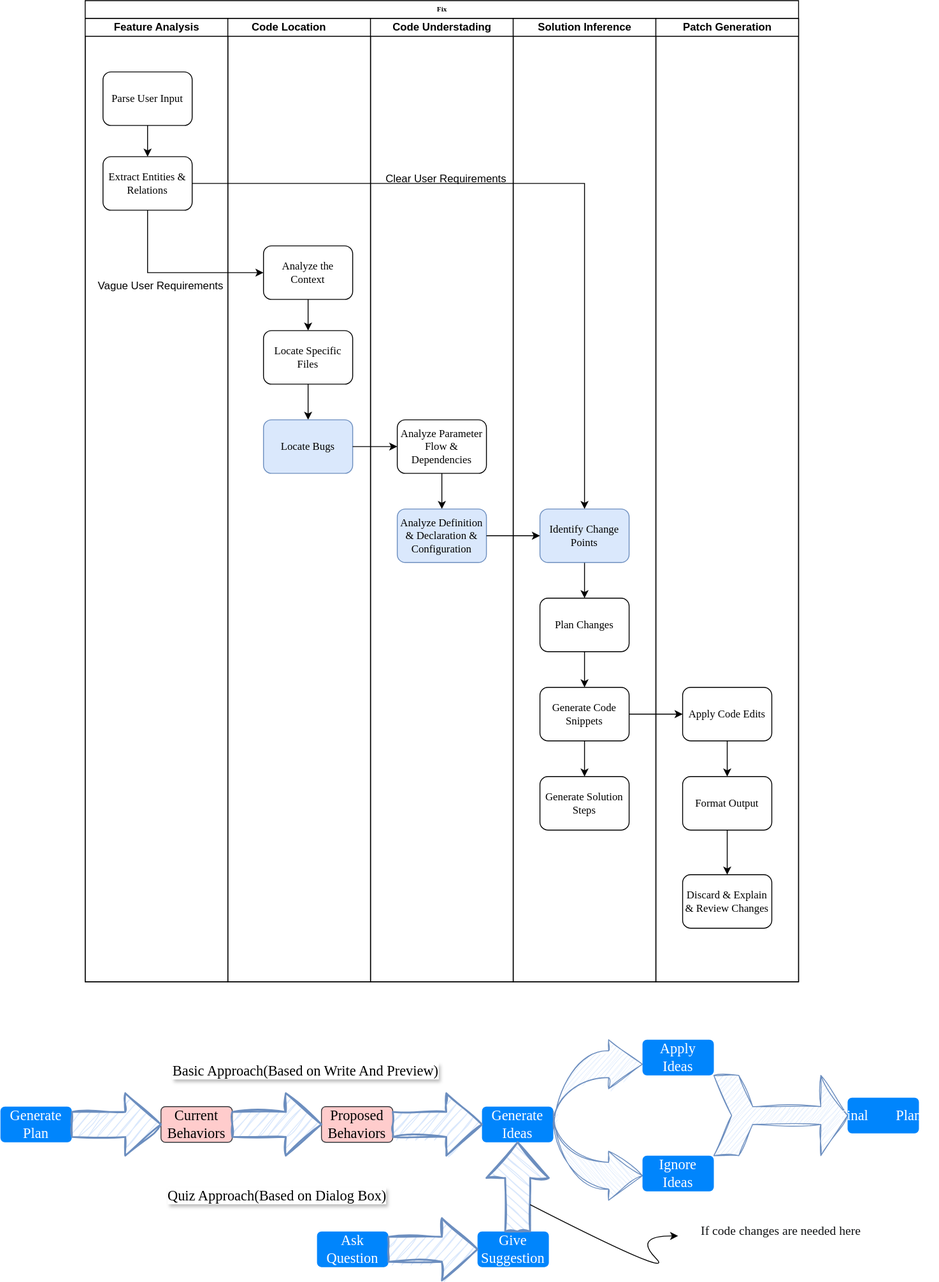
BullFrogDianDian/SoftEngineer keeps this draw.io diagram as fix.svg. Above is the earlier version. Source tidied: cells renumbered, new cells last; positions are measured from the earlier drawing's top-left corner, leaving out a move shared by most shapes.
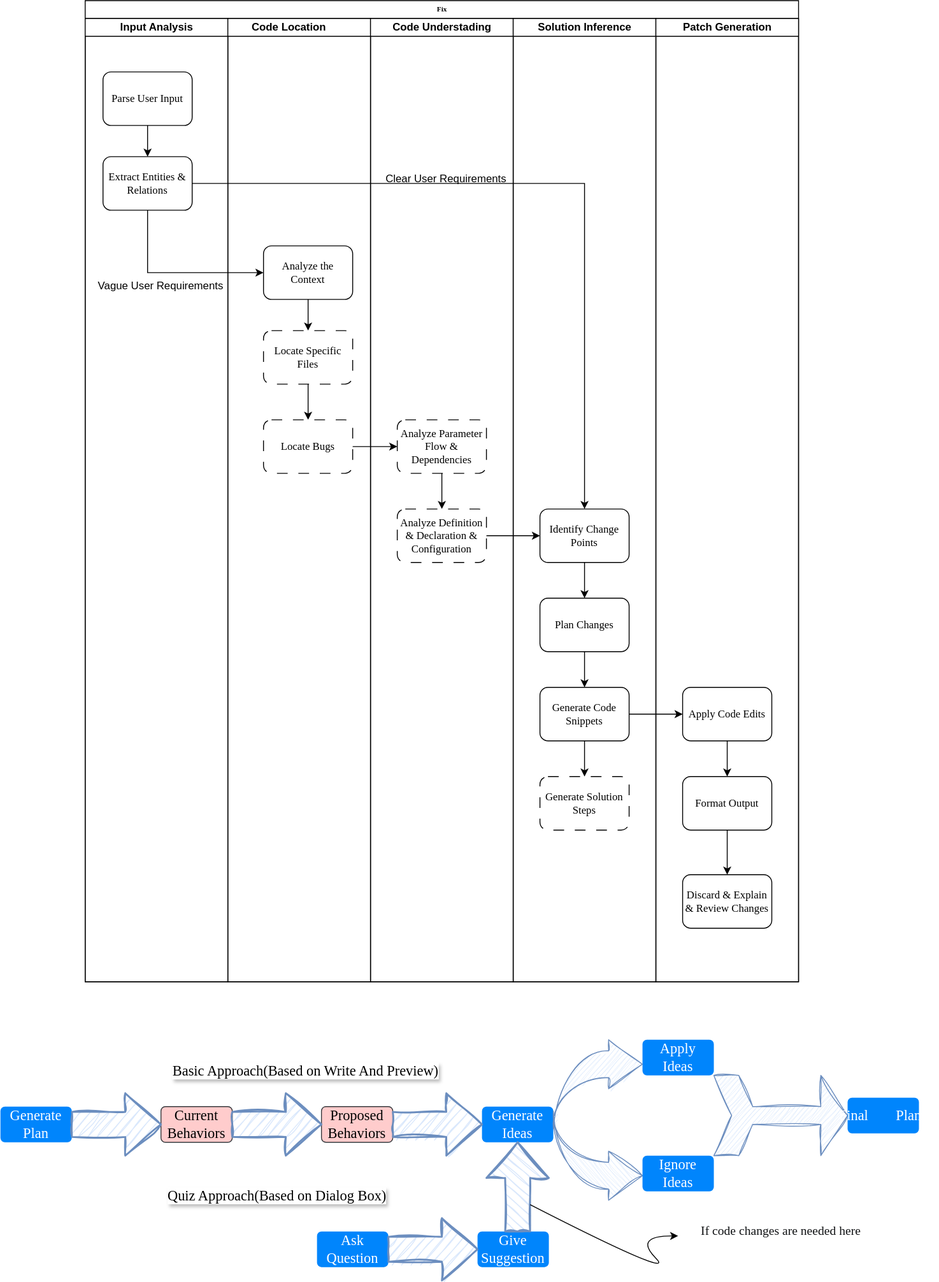
The same file after the commit.

The edit, as a diff of the source:
```diff
@@ -5,7 +5,7 @@
     <mxCell id="2" value="Fix" style="swimlane;html=1;startSize=20;rounded=0;shadow=0;labelBackgroundColor=none;strokeWidth=1;fontFamily=Verdana;fontSize=8;align=center;" parent="1" vertex="1">
       <mxGeometry x="95" width="800" height="1100" as="geometry" />
     </mxCell>
-    <mxCell id="3" value="Feature Analysis" style="swimlane;html=1;startSize=20;" parent="2" vertex="1">
+    <mxCell id="3" value="Input Analysis" style="swimlane;html=1;startSize=20;" parent="2" vertex="1">
       <mxGeometry y="20" width="160" height="1080" as="geometry" />
     </mxCell>
     <mxCell id="4" style="edgeStyle=orthogonalEdgeStyle;rounded=0;jettySize=auto;html=1;curved=0;endSize=6;startSize=6;" parent="3" edge="1" source="5" target="6">
@@ -26,10 +26,10 @@
     <mxCell id="9" style="edgeStyle=orthogonalEdgeStyle;rounded=0;jettySize=auto;html=1;" parent="8" edge="1" source="10" target="11">
       <mxGeometry relative="1" as="geometry" />
     </mxCell>
-    <mxCell id="10" value="&lt;font style=&quot;font-size: 12px;&quot;&gt;Locate Specific Files&lt;/font&gt;" style="rounded=1;whiteSpace=wrap;html=1;shadow=0;labelBackgroundColor=none;strokeWidth=1;fontFamily=Verdana;fontSize=8;align=center;" parent="8" vertex="1">
+    <mxCell id="10" value="&lt;font style=&quot;font-size: 12px;&quot;&gt;Locate Specific Files&lt;/font&gt;" style="rounded=1;whiteSpace=wrap;html=1;shadow=0;labelBackgroundColor=none;strokeWidth=1;fontFamily=Verdana;fontSize=8;align=center;dashed=1;dashPattern=12 12;" parent="8" vertex="1">
       <mxGeometry x="40" y="350" width="100" height="60" as="geometry" />
     </mxCell>
-    <mxCell id="11" value="&lt;font style=&quot;font-size: 12px;&quot;&gt;Locate Bugs&lt;/font&gt;" style="rounded=1;whiteSpace=wrap;html=1;shadow=0;labelBackgroundColor=none;strokeWidth=1;fontFamily=Verdana;fontSize=8;align=center;fillColor=#dae8fc;strokeColor=#6c8ebf;" parent="8" vertex="1">
+    <mxCell id="11" value="&lt;font style=&quot;font-size: 12px;&quot;&gt;Locate Bugs&lt;/font&gt;" style="rounded=1;whiteSpace=wrap;html=1;shadow=0;labelBackgroundColor=none;strokeWidth=1;fontFamily=Verdana;fontSize=8;align=center;dashed=1;dashPattern=12 12;" parent="8" vertex="1">
       <mxGeometry x="40" y="450" width="100" height="60" as="geometry" />
     </mxCell>
     <mxCell id="12" style="edgeStyle=orthogonalEdgeStyle;rounded=0;jettySize=auto;html=1;" parent="8" edge="1" source="13" target="10">
@@ -44,10 +44,10 @@
     <mxCell id="15" style="edgeStyle=orthogonalEdgeStyle;rounded=0;jettySize=auto;html=1;" parent="14" edge="1" source="16" target="17">
       <mxGeometry relative="1" as="geometry" />
     </mxCell>
-    <mxCell id="16" value="&lt;font style=&quot;font-size: 12px;&quot;&gt;Analyze Parameter Flow &amp;amp; Dependencies&lt;/font&gt;" style="rounded=1;whiteSpace=wrap;html=1;shadow=0;labelBackgroundColor=none;strokeWidth=1;fontFamily=Verdana;fontSize=8;align=center;" parent="14" vertex="1">
+    <mxCell id="16" value="&lt;font style=&quot;font-size: 12px;&quot;&gt;Analyze Parameter Flow &amp;amp; Dependencies&lt;/font&gt;" style="rounded=1;whiteSpace=wrap;html=1;shadow=0;labelBackgroundColor=none;strokeWidth=1;fontFamily=Verdana;fontSize=8;align=center;dashed=1;dashPattern=12 12;" parent="14" vertex="1">
       <mxGeometry x="30" y="450" width="100" height="60" as="geometry" />
     </mxCell>
-    <mxCell id="17" value="&lt;font style=&quot;font-size: 12px;&quot;&gt;Analyze Definition &amp;amp; Declaration &amp;amp; Configuration&lt;/font&gt;" style="rounded=1;whiteSpace=wrap;html=1;shadow=0;labelBackgroundColor=none;strokeWidth=1;fontFamily=Verdana;fontSize=8;align=center;fillColor=#dae8fc;strokeColor=#6c8ebf;" parent="14" vertex="1">
+    <mxCell id="17" value="&lt;font style=&quot;font-size: 12px;&quot;&gt;Analyze Definition &amp;amp; Declaration &amp;amp; Configuration&lt;/font&gt;" style="rounded=1;whiteSpace=wrap;html=1;shadow=0;labelBackgroundColor=none;strokeWidth=1;fontFamily=Verdana;fontSize=8;align=center;dashed=1;dashPattern=12 12;" parent="14" vertex="1">
       <mxGeometry x="30" y="550" width="100" height="60" as="geometry" />
     </mxCell>
     <mxCell id="18" value="Clear User Requirements" style="text;html=1;align=center;verticalAlign=middle;whiteSpace=wrap;rounded=0;" parent="14" vertex="1">
@@ -59,7 +59,7 @@
     <mxCell id="20" style="edgeStyle=orthogonalEdgeStyle;rounded=0;jettySize=auto;html=1;" parent="19" edge="1" source="21" target="23">
       <mxGeometry relative="1" as="geometry" />
     </mxCell>
-    <mxCell id="21" value="&lt;font style=&quot;font-size: 12px;&quot;&gt;Identify Change Points&lt;/font&gt;" style="rounded=1;whiteSpace=wrap;html=1;shadow=0;labelBackgroundColor=none;strokeWidth=1;fontFamily=Verdana;fontSize=8;align=center;fillColor=#dae8fc;strokeColor=#6c8ebf;" parent="19" vertex="1">
+    <mxCell id="21" value="&lt;font style=&quot;font-size: 12px;&quot;&gt;Identify Change Points&lt;/font&gt;" style="rounded=1;whiteSpace=wrap;html=1;shadow=0;labelBackgroundColor=none;strokeWidth=1;fontFamily=Verdana;fontSize=8;align=center;" parent="19" vertex="1">
       <mxGeometry x="30" y="550" width="100" height="60" as="geometry" />
     </mxCell>
     <mxCell id="22" style="edgeStyle=orthogonalEdgeStyle;rounded=0;jettySize=auto;html=1;" parent="19" edge="1" source="23" target="25">
@@ -74,7 +74,7 @@
     <mxCell id="25" value="&lt;span style=&quot;font-size: 12px;&quot;&gt;Generate Code Snippets&lt;/span&gt;" style="rounded=1;whiteSpace=wrap;html=1;shadow=0;labelBackgroundColor=none;strokeWidth=1;fontFamily=Verdana;fontSize=8;align=center;" parent="19" vertex="1">
       <mxGeometry x="30" y="750" width="100" height="60" as="geometry" />
     </mxCell>
-    <mxCell id="26" value="&lt;span style=&quot;font-size: 12px;&quot;&gt;Generate Solution Steps&lt;/span&gt;" style="rounded=1;whiteSpace=wrap;html=1;shadow=0;labelBackgroundColor=none;strokeWidth=1;fontFamily=Verdana;fontSize=8;align=center;" parent="19" vertex="1">
+    <mxCell id="26" value="&lt;span style=&quot;font-size: 12px;&quot;&gt;Generate Solution Steps&lt;/span&gt;" style="rounded=1;whiteSpace=wrap;html=1;shadow=0;labelBackgroundColor=none;strokeWidth=1;fontFamily=Verdana;fontSize=8;align=center;dashed=1;dashPattern=12 12;" parent="19" vertex="1">
       <mxGeometry x="30" y="850" width="100" height="60" as="geometry" />
     </mxCell>
     <mxCell id="27" value="Patch Generation" style="swimlane;html=1;startSize=20;" parent="2" vertex="1">
```
